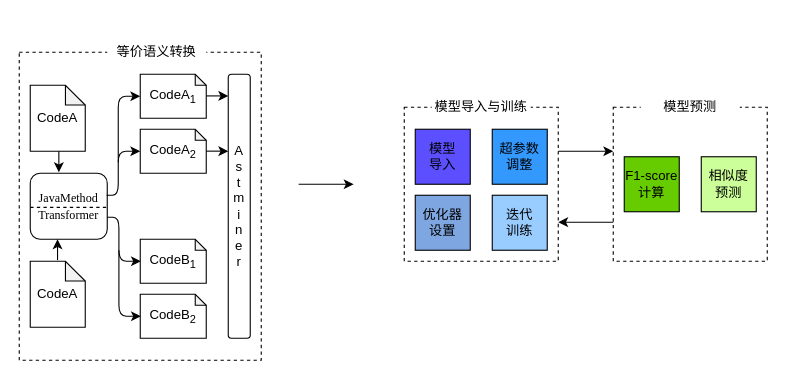
The draw.io diagram 框架.drawio in balllightnings/balllightnings.github.io, before the edit. Source tidied: cells renumbered, new cells numbered last; positions are measured from the earlier drawing's top-left corner, leaving out a move shared by most shapes. Both pictures are drawn from the tidied source at 110%, with x=0, y=0 at pixel (19, 19).
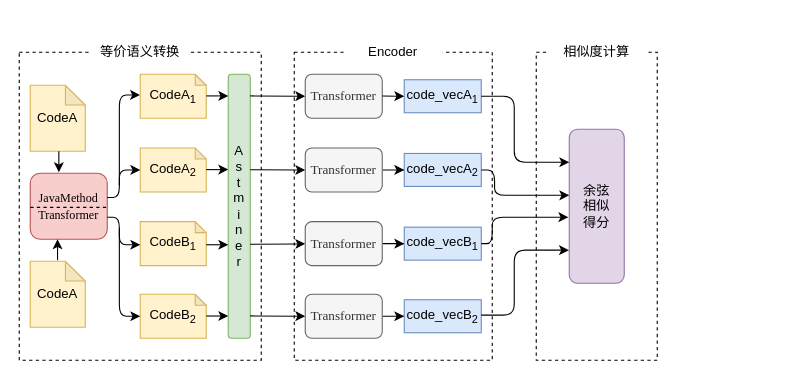
The same diagram, later.

Change to the diagram source:
```diff
@@
     <mxCell id="3" value="等价语义转换" style="text;html=1;align=center;verticalAlign=middle;whiteSpace=wrap;rounded=0;dashed=1;labelBackgroundColor=none;fillColor=#ffffff;" parent="1" vertex="1">
-      <mxGeometry x="80" width="90" height="60" as="geometry" />
+      <mxGeometry x="65" width="90" height="60" as="geometry" />
     </mxCell>
-    <mxCell id="4" style="endArrow=classic;html=1;" parent="1" edge="1">
-      <mxGeometry relative="1" as="geometry">
-        <mxPoint x="254" y="150" as="sourcePoint" />
-        <mxPoint x="304" y="150" as="targetPoint" />
-      </mxGeometry>
-    </mxCell>
     <mxCell id="5" style="whiteSpace=wrap;html=1;dashed=1;" parent="1" vertex="1">
-      <mxGeometry x="350" y="80" width="140" height="140" as="geometry" />
+      <mxGeometry x="250" y="30" width="180" height="280" as="geometry" />
     </mxCell>
-    <mxCell id="6" value="模型导入与训练" style="text;html=1;align=center;verticalAlign=middle;whiteSpace=wrap;rounded=0;dashed=1;labelBackgroundColor=none;fillColor=#ffffff;" parent="1" vertex="1">
-      <mxGeometry x="375" y="50" width="90" height="60" as="geometry" />
+    <mxCell id="6" value="Encoder" style="text;html=1;align=center;verticalAlign=middle;whiteSpace=wrap;rounded=0;dashed=1;labelBackgroundColor=none;fillColor=#ffffff;" parent="1" vertex="1">
+      <mxGeometry x="295" width="90" height="60" as="geometry" />
     </mxCell>
-    <mxCell id="7" value="&lt;div&gt;模型&lt;/div&gt;&lt;div&gt;导入&lt;br&gt;&lt;/div&gt;" style="whiteSpace=wrap;html=1;labelBackgroundColor=none;fillColor=#5B4FFF;" parent="1" vertex="1">
-      <mxGeometry x="360" y="100" width="50" height="50" as="geometry" />
-    </mxCell>
-    <mxCell id="8" value="&lt;div&gt;超参数&lt;/div&gt;&lt;div&gt;调整&lt;/div&gt;" style="whiteSpace=wrap;html=1;labelBackgroundColor=none;fillColor=#3399FF;" parent="1" vertex="1">
-      <mxGeometry x="430" y="100" width="50" height="50" as="geometry" />
-    </mxCell>
-    <mxCell id="9" value="&lt;div&gt;优化器&lt;/div&gt;&lt;div&gt;设置&lt;br&gt;&lt;/div&gt;" style="whiteSpace=wrap;html=1;labelBackgroundColor=none;fillColor=#7EA6E0;" parent="1" vertex="1">
-      <mxGeometry x="360" y="160" width="50" height="50" as="geometry" />
-    </mxCell>
-    <mxCell id="10" value="&lt;div&gt;迭代&lt;/div&gt;&lt;div&gt;训练&lt;br&gt;&lt;/div&gt;" style="whiteSpace=wrap;html=1;labelBackgroundColor=none;fillColor=#99CCFF;" parent="1" vertex="1">
-      <mxGeometry x="430" y="160" width="50" height="50" as="geometry" />
-    </mxCell>
     <mxCell id="11" style="whiteSpace=wrap;html=1;dashed=1;" parent="1" vertex="1">
-      <mxGeometry x="540" y="80" width="140" height="140" as="geometry" />
+      <mxGeometry x="470" y="30" width="110" height="280" as="geometry" />
     </mxCell>
-    <mxCell id="12" value="模型预测" style="text;html=1;align=center;verticalAlign=middle;whiteSpace=wrap;rounded=0;dashed=1;labelBackgroundColor=none;fillColor=#ffffff;" parent="1" vertex="1">
-      <mxGeometry x="565" y="50" width="90" height="60" as="geometry" />
+    <mxCell id="12" value="相似度计算" style="text;html=1;align=center;verticalAlign=middle;whiteSpace=wrap;rounded=0;dashed=1;labelBackgroundColor=none;fillColor=#ffffff;" parent="1" vertex="1">
+      <mxGeometry x="480" width="90" height="60" as="geometry" />
     </mxCell>
-    <mxCell id="13" value="&lt;div&gt;F1-score&lt;/div&gt;&lt;div&gt;计算&lt;br&gt;&lt;/div&gt;" style="whiteSpace=wrap;html=1;labelBackgroundColor=none;fillColor=#66CC00;" parent="1" vertex="1">
-      <mxGeometry x="550" y="125" width="50" height="50" as="geometry" />
-    </mxCell>
-    <mxCell id="14" value="&lt;div&gt;相似度&lt;/div&gt;&lt;div&gt;预测&lt;br&gt;&lt;/div&gt;" style="whiteSpace=wrap;html=1;labelBackgroundColor=none;fillColor=#CCFF99;" parent="1" vertex="1">
-      <mxGeometry x="620" y="125" width="50" height="50" as="geometry" />
-    </mxCell>
-    <mxCell id="15" style="endArrow=classic;html=1;" parent="1" edge="1">
-      <mxGeometry relative="1" as="geometry">
-        <mxPoint x="490" y="120" as="sourcePoint" />
-        <mxPoint x="540" y="120" as="targetPoint" />
-      </mxGeometry>
-    </mxCell>
-    <mxCell id="16" style="endArrow=classic;html=1;" parent="1" edge="1">
-      <mxGeometry relative="1" as="geometry">
-        <mxPoint x="540" y="184.5" as="sourcePoint" />
-        <mxPoint x="490" y="184.5" as="targetPoint" />
-      </mxGeometry>
-    </mxCell>
-    <mxCell id="17" value="CodeA" style="shape=note;whiteSpace=wrap;html=1;backgroundOutline=1;darkOpacity=0.05;size=18;" parent="1" vertex="1">
+    <mxCell id="17" value="CodeA" style="shape=note;whiteSpace=wrap;html=1;backgroundOutline=1;darkOpacity=0.05;size=18;fillColor=#fff2cc;strokeColor=#d6b656;" parent="1" vertex="1">
       <mxGeometry x="10" y="60" width="50" height="60" as="geometry" />
     </mxCell>
-    <mxCell id="18" value="&lt;div&gt;&lt;font style=&quot;font-size: 11px&quot;&gt;&lt;span style=&quot;font-family: &amp;#34;times new roman&amp;#34; , serif ; color: black&quot; lang=&quot;EN-US&quot;&gt;JavaMethod&lt;/span&gt;&lt;/font&gt;&lt;/div&gt;&lt;div&gt;&lt;font style=&quot;font-size: 11px&quot;&gt;&lt;span style=&quot;font-family: &amp;#34;times new roman&amp;#34; , serif ; color: black&quot; lang=&quot;EN-US&quot;&gt;Transformer&lt;/span&gt;&lt;/font&gt;&lt;/div&gt;" style="rounded=1;whiteSpace=wrap;html=1;" parent="1" vertex="1">
+    <mxCell id="18" value="&lt;div&gt;&lt;font style=&quot;font-size: 11px&quot;&gt;&lt;span style=&quot;font-family: &amp;#34;times new roman&amp;#34; , serif ; color: black&quot; lang=&quot;EN-US&quot;&gt;JavaMethod&lt;/span&gt;&lt;/font&gt;&lt;/div&gt;&lt;div&gt;&lt;font style=&quot;font-size: 11px&quot;&gt;&lt;span style=&quot;font-family: &amp;#34;times new roman&amp;#34; , serif ; color: black&quot; lang=&quot;EN-US&quot;&gt;Transformer&lt;/span&gt;&lt;/font&gt;&lt;/div&gt;" style="rounded=1;whiteSpace=wrap;html=1;fillColor=#f8cecc;strokeColor=#b85450;" parent="1" vertex="1">
       <mxGeometry x="10" y="140" width="70" height="60" as="geometry" />
     </mxCell>
-    <mxCell id="19" value="CodeA" style="shape=note;whiteSpace=wrap;html=1;backgroundOutline=1;darkOpacity=0.05;size=18;" parent="1" vertex="1">
+    <mxCell id="19" value="CodeA" style="shape=note;whiteSpace=wrap;html=1;backgroundOutline=1;darkOpacity=0.05;size=18;fillColor=#fff2cc;strokeColor=#d6b656;" parent="1" vertex="1">
       <mxGeometry x="10" y="220" width="50" height="60" as="geometry" />
     </mxCell>
@@
-    <mxCell id="23" style="edgeStyle=segmentEdgeStyle;endArrow=classic;html=1;exitX=0.991;exitY=0.333;exitDx=0;exitDy=0;exitPerimeter=0;" parent="1" edge="1" source="18">
-      <mxGeometry relative="1" as="geometry">
-        <mxPoint x="110" y="120" as="targetPoint" />
-        <Array as="points">
-          <mxPoint x="90" y="160" />
-          <mxPoint x="90" y="120" />
-        </Array>
-      </mxGeometry>
-    </mxCell>
-    <mxCell id="24" style="edgeStyle=segmentEdgeStyle;endArrow=classic;html=1;" parent="1" edge="1">
+    <mxCell id="24" style="edgeStyle=segmentEdgeStyle;endArrow=classic;html=1;entryX=-0.004;entryY=0.47;entryDx=0;entryDy=0;entryPerimeter=0;" parent="1" edge="1" target="25">
       <mxGeometry relative="1" as="geometry">
-        <mxPoint x="90" y="130" as="sourcePoint" />
-        <mxPoint x="110" y="70" as="targetPoint" />
+        <mxPoint x="91" y="151" as="sourcePoint" />
         <Array as="points">
-          <mxPoint x="90" y="70" />
+          <mxPoint x="91" y="69" />
         </Array>
       </mxGeometry>
     </mxCell>
-    <mxCell id="25" value="CodeA&lt;sub&gt;1&lt;/sub&gt;" style="shape=note;whiteSpace=wrap;html=1;backgroundOutline=1;darkOpacity=0.05;size=10;" parent="1" vertex="1">
+    <mxCell id="25" value="CodeA&lt;sub&gt;1&lt;/sub&gt;" style="shape=note;whiteSpace=wrap;html=1;backgroundOutline=1;darkOpacity=0.05;size=10;fillColor=#fff2cc;strokeColor=#d6b656;" parent="1" vertex="1">
       <mxGeometry x="110" y="50" width="60" height="40" as="geometry" />
     </mxCell>
-    <mxCell id="26" value="CodeA&lt;sub&gt;2&lt;/sub&gt;" style="shape=note;whiteSpace=wrap;html=1;backgroundOutline=1;darkOpacity=0.05;size=10;" parent="1" vertex="1">
-      <mxGeometry x="110" y="100" width="60" height="40" as="geometry" />
+    <mxCell id="26" value="CodeA&lt;sub&gt;2&lt;/sub&gt;" style="shape=note;whiteSpace=wrap;html=1;backgroundOutline=1;darkOpacity=0.05;size=10;fillColor=#fff2cc;strokeColor=#d6b656;" parent="1" vertex="1">
+      <mxGeometry x="110" y="117" width="60" height="40" as="geometry" />
     </mxCell>
-    <mxCell id="27" style="edgeStyle=segmentEdgeStyle;endArrow=classic;html=1;" parent="1" edge="1">
-      <mxGeometry relative="1" as="geometry">
-        <mxPoint x="90.6" y="210" as="sourcePoint" />
-        <mxPoint x="110.6" y="270" as="targetPoint" />
-        <Array as="points">
-          <mxPoint x="90.6" y="270" />
-        </Array>
-      </mxGeometry>
-    </mxCell>
-    <mxCell id="28" style="edgeStyle=segmentEdgeStyle;endArrow=classic;html=1;exitX=0.991;exitY=0.333;exitDx=0;exitDy=0;exitPerimeter=0;" parent="1" edge="1">
-      <mxGeometry relative="1" as="geometry">
-        <mxPoint x="80" y="180" as="sourcePoint" />
-        <mxPoint x="110.6" y="220" as="targetPoint" />
-        <Array as="points">
-          <mxPoint x="90.6" y="180" />
-          <mxPoint x="90.6" y="220" />
-        </Array>
-      </mxGeometry>
-    </mxCell>
-    <mxCell id="29" value="CodeB&lt;sub&gt;1&lt;/sub&gt;" style="shape=note;whiteSpace=wrap;html=1;backgroundOutline=1;darkOpacity=0.05;size=10;" parent="1" vertex="1">
-      <mxGeometry x="110" y="200" width="60" height="40" as="geometry" />
+    <mxCell id="29" value="CodeB&lt;sub&gt;1&lt;/sub&gt;" style="shape=note;whiteSpace=wrap;html=1;backgroundOutline=1;darkOpacity=0.05;size=10;fillColor=#fff2cc;strokeColor=#d6b656;" parent="1" vertex="1">
+      <mxGeometry x="110" y="184" width="60" height="40" as="geometry" />
     </mxCell>
-    <mxCell id="30" value="CodeB&lt;sub&gt;2&lt;/sub&gt;" style="shape=note;whiteSpace=wrap;html=1;backgroundOutline=1;darkOpacity=0.05;size=10;" parent="1" vertex="1">
+    <mxCell id="30" value="CodeB&lt;sub&gt;2&lt;/sub&gt;" style="shape=note;whiteSpace=wrap;html=1;backgroundOutline=1;darkOpacity=0.05;size=10;fillColor=#fff2cc;strokeColor=#d6b656;" parent="1" vertex="1">
       <mxGeometry x="110" y="250" width="60" height="40" as="geometry" />
     </mxCell>
-    <mxCell id="31" value="&lt;div&gt;A&lt;/div&gt;&lt;div&gt;s&lt;br&gt;&lt;/div&gt;&lt;div&gt;t&lt;/div&gt;&lt;div&gt;m&lt;/div&gt;&lt;div&gt;i&lt;/div&gt;&lt;div&gt;n&lt;/div&gt;&lt;div&gt;e&lt;/div&gt;&lt;div&gt;r&lt;br&gt;&lt;/div&gt;" style="rounded=1;whiteSpace=wrap;html=1;" parent="1" vertex="1">
+    <mxCell id="31" value="&lt;div&gt;A&lt;/div&gt;&lt;div&gt;s&lt;br&gt;&lt;/div&gt;&lt;div&gt;t&lt;/div&gt;&lt;div&gt;m&lt;/div&gt;&lt;div&gt;i&lt;/div&gt;&lt;div&gt;n&lt;/div&gt;&lt;div&gt;e&lt;/div&gt;&lt;div&gt;r&lt;br&gt;&lt;/div&gt;" style="rounded=1;whiteSpace=wrap;html=1;fillColor=#d5e8d4;strokeColor=#82b366;" parent="1" vertex="1">
       <mxGeometry x="190" y="50" width="20" height="240" as="geometry" />
     </mxCell>
@@
     <mxCell id="33" style="endArrow=classic;html=1;" parent="1" edge="1">
       <mxGeometry relative="1" as="geometry">
-        <mxPoint x="170" y="119.9" as="sourcePoint" />
-        <mxPoint x="190" y="119.9" as="targetPoint" />
+        <mxPoint x="170" y="136.7" as="sourcePoint" />
+        <mxPoint x="190" y="136.7" as="targetPoint" />
       </mxGeometry>
     </mxCell>
+    <mxCell id="34" style="endArrow=classic;html=1;" parent="1" edge="1">
+      <mxGeometry relative="1" as="geometry">
+        <mxPoint x="170" y="205" as="sourcePoint" />
+        <mxPoint x="190" y="205" as="targetPoint" />
+      </mxGeometry>
+    </mxCell>
+    <mxCell id="35" style="endArrow=classic;html=1;" parent="1" edge="1">
+      <mxGeometry relative="1" as="geometry">
+        <mxPoint x="170" y="269.8" as="sourcePoint" />
+        <mxPoint x="190" y="269.8" as="targetPoint" />
+      </mxGeometry>
+    </mxCell>
+    <mxCell id="4" style="endArrow=classic;html=1;" parent="1" edge="1">
+      <mxGeometry relative="1" as="geometry">
+        <mxPoint x="210" y="69.7" as="sourcePoint" />
+        <mxPoint x="260" y="70" as="targetPoint" />
+      </mxGeometry>
+    </mxCell>
+    <mxCell id="36" style="endArrow=classic;html=1;" parent="1" edge="1">
+      <mxGeometry relative="1" as="geometry">
+        <mxPoint x="210" y="136.8" as="sourcePoint" />
+        <mxPoint x="260" y="137.1" as="targetPoint" />
+      </mxGeometry>
+    </mxCell>
+    <mxCell id="37" style="endArrow=classic;html=1;" parent="1" edge="1">
+      <mxGeometry relative="1" as="geometry">
+        <mxPoint x="210" y="204.6" as="sourcePoint" />
+        <mxPoint x="260" y="204.2" as="targetPoint" />
+      </mxGeometry>
+    </mxCell>
+    <mxCell id="38" style="endArrow=classic;html=1;" parent="1" edge="1">
+      <mxGeometry relative="1" as="geometry">
+        <mxPoint x="210" y="269.7" as="sourcePoint" />
+        <mxPoint x="260" y="270" as="targetPoint" />
+      </mxGeometry>
+    </mxCell>
+    <mxCell id="39" value="&lt;font size=&quot;1&quot;&gt;&lt;span style=&quot;font-size: 12px ; font-family: &amp;#34;times new roman&amp;#34; , serif&quot; lang=&quot;EN-US&quot;&gt;Transformer&lt;/span&gt;&lt;/font&gt;" style="rounded=1;whiteSpace=wrap;html=1;fillColor=#f5f5f5;strokeColor=#666666;fontColor=#333333;" parent="1" vertex="1">
+      <mxGeometry x="260" y="50" width="70" height="40" as="geometry" />
+    </mxCell>
+    <mxCell id="40" style="edgeStyle=orthogonalEdgeStyle;rounded=0;jettySize=auto;html=1;" parent="1" edge="1" source="41" target="47">
+      <mxGeometry relative="1" as="geometry" />
+    </mxCell>
+    <mxCell id="41" value="&lt;font size=&quot;1&quot;&gt;&lt;span style=&quot;font-size: 12px ; font-family: &amp;#34;times new roman&amp;#34; , serif&quot; lang=&quot;EN-US&quot;&gt;Transformer&lt;/span&gt;&lt;/font&gt;" style="rounded=1;whiteSpace=wrap;html=1;fillColor=#f5f5f5;strokeColor=#666666;fontColor=#333333;" parent="1" vertex="1">
+      <mxGeometry x="260" y="117" width="70" height="40" as="geometry" />
+    </mxCell>
+    <mxCell id="42" style="edgeStyle=orthogonalEdgeStyle;rounded=0;jettySize=auto;html=1;" parent="1" edge="1" source="43" target="48">
+      <mxGeometry relative="1" as="geometry" />
+    </mxCell>
+    <mxCell id="43" value="&lt;font size=&quot;1&quot;&gt;&lt;span style=&quot;font-size: 12px ; font-family: &amp;#34;times new roman&amp;#34; , serif&quot; lang=&quot;EN-US&quot;&gt;Transformer&lt;/span&gt;&lt;/font&gt;" style="rounded=1;whiteSpace=wrap;html=1;fillColor=#f5f5f5;strokeColor=#666666;fontColor=#333333;" parent="1" vertex="1">
+      <mxGeometry x="260" y="184" width="70" height="40" as="geometry" />
+    </mxCell>
+    <mxCell id="44" style="edgeStyle=orthogonalEdgeStyle;rounded=0;jettySize=auto;html=1;" parent="1" edge="1" source="45" target="49">
+      <mxGeometry relative="1" as="geometry" />
+    </mxCell>
+    <mxCell id="45" value="&lt;font size=&quot;1&quot;&gt;&lt;span style=&quot;font-size: 12px ; font-family: &amp;#34;times new roman&amp;#34; , serif&quot; lang=&quot;EN-US&quot;&gt;Transformer&lt;/span&gt;&lt;/font&gt;" style="rounded=1;whiteSpace=wrap;html=1;fillColor=#f5f5f5;strokeColor=#666666;fontColor=#333333;" parent="1" vertex="1">
+      <mxGeometry x="260" y="250" width="70" height="40" as="geometry" />
+    </mxCell>
+    <mxCell id="46" value="code_vecA&lt;sub&gt;1&lt;/sub&gt;" style="rounded=0;whiteSpace=wrap;html=1;fillColor=#dae8fc;strokeColor=#6c8ebf;" parent="1" vertex="1">
+      <mxGeometry x="350" y="55" width="70" height="30" as="geometry" />
+    </mxCell>
+    <mxCell id="47" value="code_vecA&lt;sub&gt;2&lt;/sub&gt;" style="rounded=0;whiteSpace=wrap;html=1;fillColor=#dae8fc;strokeColor=#6c8ebf;" parent="1" vertex="1">
+      <mxGeometry x="350" y="122" width="70" height="30" as="geometry" />
+    </mxCell>
+    <mxCell id="48" value="code_vecB&lt;sub&gt;1&lt;/sub&gt;" style="rounded=0;whiteSpace=wrap;html=1;fillColor=#dae8fc;strokeColor=#6c8ebf;" parent="1" vertex="1">
+      <mxGeometry x="350" y="189" width="70" height="30" as="geometry" />
+    </mxCell>
+    <mxCell id="49" value="code_vecB&lt;sub&gt;2&lt;/sub&gt;" style="rounded=0;whiteSpace=wrap;html=1;fillColor=#dae8fc;strokeColor=#6c8ebf;" parent="1" vertex="1">
+      <mxGeometry x="350" y="255" width="70" height="30" as="geometry" />
+    </mxCell>
+    <mxCell id="50" style="endArrow=classic;html=1;entryX=0;entryY=0.5;entryDx=0;entryDy=0;" parent="1" edge="1" target="46">
+      <mxGeometry relative="1" as="geometry">
+        <mxPoint x="330" y="69.8" as="sourcePoint" />
+      </mxGeometry>
+    </mxCell>
+    <mxCell id="51" value="&lt;div&gt;余弦&lt;/div&gt;&lt;div&gt;相似&lt;/div&gt;&lt;div&gt;得分&lt;br&gt;&lt;/div&gt;" style="rounded=1;whiteSpace=wrap;html=1;fillColor=#e1d5e7;strokeColor=#9673a6;" parent="1" vertex="1">
+      <mxGeometry x="500" y="100" width="50" height="140" as="geometry" />
+    </mxCell>
+    <mxCell id="52" style="edgeStyle=elbowEdgeStyle;elbow=horizontal;endArrow=classic;html=1;entryX=-0.006;entryY=0.785;entryDx=0;entryDy=0;entryPerimeter=0;" parent="1" edge="1" target="51">
+      <mxGeometry relative="1" as="geometry">
+        <mxPoint x="420" y="269" as="sourcePoint" />
+        <Array as="points">
+          <mxPoint x="450" y="220" />
+          <mxPoint x="450" y="240" />
+        </Array>
+      </mxGeometry>
+    </mxCell>
+    <mxCell id="53" style="edgeStyle=elbowEdgeStyle;elbow=horizontal;endArrow=classic;html=1;entryX=-0.017;entryY=0.571;entryDx=0;entryDy=0;entryPerimeter=0;exitX=1;exitY=0.5;exitDx=0;exitDy=0;" parent="1" edge="1" source="48" target="51">
+      <mxGeometry relative="1" as="geometry">
+        <Array as="points">
+          <mxPoint x="430" y="190" />
+        </Array>
+      </mxGeometry>
+    </mxCell>
+    <mxCell id="54" style="edgeStyle=elbowEdgeStyle;elbow=horizontal;endArrow=classic;html=1;entryX=0;entryY=0.429;entryDx=0;entryDy=0;entryPerimeter=0;exitX=1;exitY=0.5;exitDx=0;exitDy=0;" parent="1" edge="1" source="47" target="51">
+      <mxGeometry relative="1" as="geometry">
+        <Array as="points">
+          <mxPoint x="432.1" y="149" />
+        </Array>
+      </mxGeometry>
+    </mxCell>
+    <mxCell id="55" style="edgeStyle=elbowEdgeStyle;elbow=horizontal;endArrow=classic;html=1;entryX=0;entryY=0.214;entryDx=0;entryDy=0;entryPerimeter=0;" parent="1" edge="1" target="51">
+      <mxGeometry relative="1" as="geometry">
+        <mxPoint x="420" y="70" as="sourcePoint" />
+        <Array as="points">
+          <mxPoint x="450" y="145" />
+          <mxPoint x="450" y="165" />
+        </Array>
+      </mxGeometry>
+    </mxCell>
+    <mxCell id="56" style="edgeStyle=segmentEdgeStyle;endArrow=classic;html=1;entryX=0;entryY=0.5;entryDx=0;entryDy=0;entryPerimeter=0;" parent="1" edge="1" target="26">
+      <mxGeometry relative="1" as="geometry">
+        <mxPoint x="80" y="162" as="sourcePoint" />
+        <Array as="points">
+          <mxPoint x="91" y="162" />
+          <mxPoint x="91" y="137" />
+        </Array>
+      </mxGeometry>
+    </mxCell>
+    <mxCell id="57" style="edgeStyle=segmentEdgeStyle;endArrow=classic;html=1;" parent="1" edge="1">
+      <mxGeometry relative="1" as="geometry">
+        <mxPoint x="80" y="180" as="sourcePoint" />
+        <mxPoint x="110" y="205" as="targetPoint" />
+        <Array as="points">
+          <mxPoint x="91" y="180" />
+          <mxPoint x="91" y="205" />
+        </Array>
+      </mxGeometry>
+    </mxCell>
+    <mxCell id="58" style="edgeStyle=segmentEdgeStyle;endArrow=classic;html=1;entryX=0;entryY=0.5;entryDx=0;entryDy=0;entryPerimeter=0;" parent="1" edge="1" target="30">
+      <mxGeometry relative="1" as="geometry">
+        <mxPoint x="91" y="190" as="sourcePoint" />
+        <Array as="points">
+          <mxPoint x="91" y="270" />
+        </Array>
+      </mxGeometry>
+    </mxCell>
```
